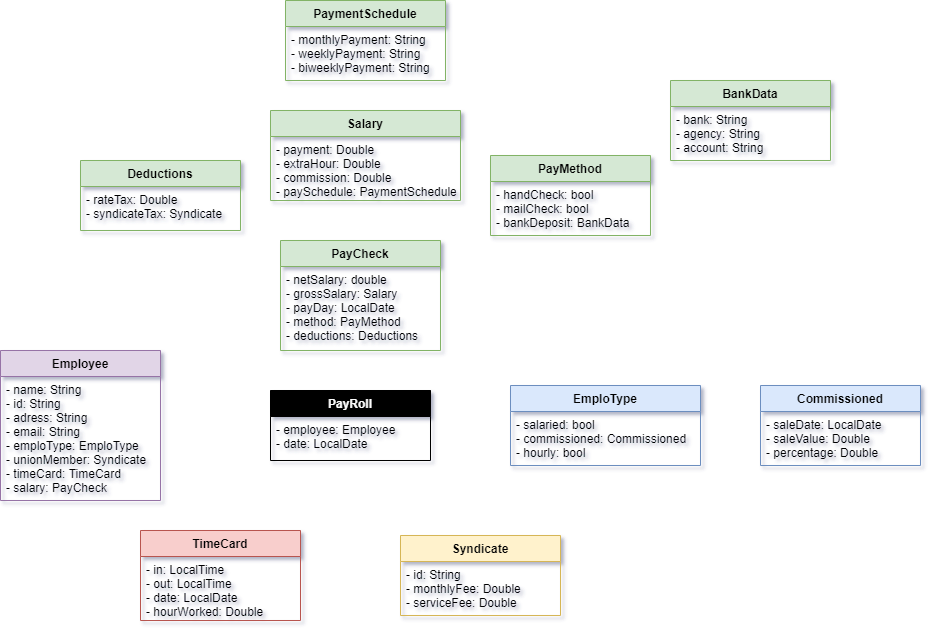
karlasophiacruz/exercisep3 keeps this draw.io diagram as Files/PayRollDiagram.png. Above is the earlier version. Source tidied: cells renumbered, new cells last; positions are measured from the earlier drawing's top-left corner, leaving out a move shared by most shapes.
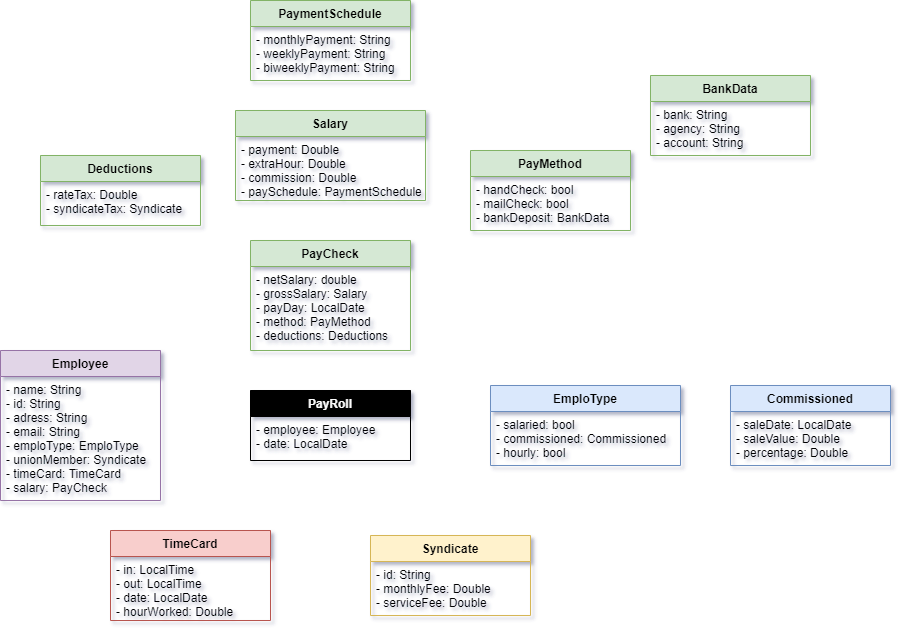
Later version of the same file.

Change to the diagram source:
```diff
@@ -3,25 +3,25 @@
     <mxCell id="0" />
     <mxCell id="1" parent="0" />
     <mxCell id="2" value="Employee" style="swimlane;fontStyle=1;align=center;verticalAlign=top;horizontal=1;startSize=26;fillColor=#e1d5e7;strokeColor=#9673a6;" parent="1" vertex="1">
-      <mxGeometry y="350" width="160" height="150" as="geometry" />
+      <mxGeometry x="30" y="350" width="160" height="150" as="geometry" />
     </mxCell>
-    <mxCell id="3" value="- name: String&#10;- id: String&#10;- adress: String&#10;- email: String&#10;- emploType: EmploType&#10;- unionMember: Syndicate&#10;- timeCard: TimeCard&#10;- salary: PayCheck" style="text;strokeColor=none;fillColor=none;align=left;verticalAlign=top;spacingLeft=4;spacingRight=4;overflow=hidden;" parent="2" vertex="1">
+    <mxCell id="3" value="- name: String&#10;- id: String&#10;- adress: String&#10;- email: String&#10;- emploType: EmploType&#10;- unionMember: Syndicate&#10;- timeCard: TimeCard&#10;- salary: PayCheck" style="text;strokeColor=none;fillColor=none;align=left;verticalAlign=top;spacingLeft=4;spacingRight=4;overflow=hidden;spacing=2;spacingTop=0;spacingBottom=0;labelBorderColor=none;labelBackgroundColor=none;horizontal=1;" parent="2" vertex="1">
       <mxGeometry y="26" width="160" height="124" as="geometry" />
     </mxCell>
     <mxCell id="4" value="EmploType" style="swimlane;fontStyle=1;align=center;verticalAlign=top;horizontal=1;startSize=26;fillColor=#dae8fc;strokeColor=#6c8ebf;" parent="1" vertex="1">
-      <mxGeometry x="510" y="385" width="190" height="80" as="geometry" />
+      <mxGeometry x="520" y="385" width="190" height="80" as="geometry" />
     </mxCell>
     <mxCell id="5" value="- salaried: bool&#10;- commissioned: Commissioned&#10;- hourly: bool" style="text;strokeColor=none;fillColor=none;align=left;verticalAlign=top;spacingLeft=4;spacingRight=4;overflow=hidden;" parent="4" vertex="1">
       <mxGeometry y="26" width="190" height="54" as="geometry" />
     </mxCell>
-    <mxCell id="6" value="PayCheck" style="swimlane;fontStyle=1;align=center;verticalAlign=top;horizontal=1;startSize=26;fillColor=#d5e8d4;strokeColor=#82b366;" parent="1" vertex="1">
+    <mxCell id="6" value="PayCheck" style="swimlane;fontStyle=1;align=center;verticalAlign=top;horizontal=1;startSize=26;fillColor=#d5e8d4;strokeColor=#82b366;glass=0;rounded=0;" parent="1" vertex="1">
       <mxGeometry x="280" y="240" width="160" height="110" as="geometry" />
     </mxCell>
     <mxCell id="7" value="- netSalary: double&#10;- grossSalary: Salary&#10;- payDay: LocalDate&#10;- method: PayMethod&#10;- deductions: Deductions" style="text;strokeColor=none;fillColor=none;align=left;verticalAlign=top;spacingLeft=4;spacingRight=4;overflow=hidden;" parent="6" vertex="1">
       <mxGeometry y="26" width="160" height="84" as="geometry" />
     </mxCell>
     <mxCell id="8" value="PayMethod" style="swimlane;fontStyle=1;align=center;verticalAlign=top;horizontal=1;startSize=26;fillColor=#d5e8d4;strokeColor=#82b366;" parent="1" vertex="1">
-      <mxGeometry x="490" y="155" width="160" height="80" as="geometry" />
+      <mxGeometry x="500" y="150" width="160" height="80" as="geometry" />
     </mxCell>
     <mxCell id="9" value="- handCheck: bool&#10;- mailCheck: bool&#10;- bankDeposit: BankData" style="text;strokeColor=none;fillColor=none;align=left;verticalAlign=top;spacingLeft=4;spacingRight=4;overflow=hidden;" parent="8" vertex="1">
       <mxGeometry y="26" width="160" height="54" as="geometry" />
@@ -45,31 +45,31 @@
       <mxGeometry y="26" width="160" height="64" as="geometry" />
     </mxCell>
     <mxCell id="16" value="Deductions" style="swimlane;fontStyle=1;align=center;verticalAlign=top;horizontal=1;startSize=26;fillColor=#d5e8d4;strokeColor=#82b366;" parent="1" vertex="1">
-      <mxGeometry x="80" y="160" width="160" height="70" as="geometry" />
+      <mxGeometry x="70" y="155" width="160" height="70" as="geometry" />
     </mxCell>
     <mxCell id="17" value="- rateTax: Double&#10;- syndicateTax: Syndicate" style="text;strokeColor=none;fillColor=none;align=left;verticalAlign=top;spacingLeft=4;spacingRight=4;overflow=hidden;" parent="16" vertex="1">
       <mxGeometry y="26" width="160" height="44" as="geometry" />
     </mxCell>
     <mxCell id="18" value="BankData" style="swimlane;fontStyle=1;align=center;verticalAlign=top;horizontal=1;startSize=26;fillColor=#d5e8d4;strokeColor=#82b366;" parent="1" vertex="1">
-      <mxGeometry x="670" y="80" width="160" height="80" as="geometry" />
+      <mxGeometry x="680" y="75" width="160" height="80" as="geometry" />
     </mxCell>
     <mxCell id="19" value="- bank: String&#10;- agency: String&#10;- account: String&#10;" style="text;strokeColor=none;fillColor=none;align=left;verticalAlign=top;spacingLeft=4;spacingRight=4;overflow=hidden;" parent="18" vertex="1">
       <mxGeometry y="26" width="160" height="54" as="geometry" />
     </mxCell>
     <mxCell id="20" value="Salary" style="swimlane;fontStyle=1;align=center;verticalAlign=top;horizontal=1;startSize=26;fillColor=#d5e8d4;strokeColor=#82b366;" parent="1" vertex="1">
-      <mxGeometry x="270" y="110" width="190" height="90" as="geometry" />
+      <mxGeometry x="265" y="110" width="190" height="90" as="geometry" />
     </mxCell>
     <mxCell id="21" value="- payment: Double&#10;- extraHour: Double&#10;- commission: Double&#10;- paySchedule: PaymentSchedule" style="text;strokeColor=none;fillColor=none;align=left;verticalAlign=top;spacingLeft=4;spacingRight=4;overflow=hidden;" parent="20" vertex="1">
       <mxGeometry y="26" width="190" height="64" as="geometry" />
     </mxCell>
     <mxCell id="22" value="PaymentSchedule" style="swimlane;fontStyle=1;align=center;verticalAlign=top;horizontal=1;startSize=26;fillColor=#d5e8d4;strokeColor=#82b366;" parent="1" vertex="1">
-      <mxGeometry x="285" width="160" height="80" as="geometry" />
+      <mxGeometry x="280" width="160" height="80" as="geometry" />
     </mxCell>
     <mxCell id="23" value="- monthlyPayment: String&#10;- weeklyPayment: String&#10;- biweeklyPayment: String" style="text;align=left;verticalAlign=top;spacingLeft=4;spacingRight=4;overflow=hidden;" parent="22" vertex="1">
       <mxGeometry y="26" width="160" height="54" as="geometry" />
     </mxCell>
     <mxCell id="24" value="PayRoll" style="swimlane;fontStyle=1;align=center;verticalAlign=top;horizontal=1;startSize=26;fillColor=#000000;fontColor=#FCFCFC;" parent="1" vertex="1">
-      <mxGeometry x="270" y="390" width="160" height="70" as="geometry" />
+      <mxGeometry x="280" y="390" width="160" height="70" as="geometry" />
     </mxCell>
     <mxCell id="25" value="- employee: Employee&#10;- date: LocalDate&#10;" style="text;strokeColor=none;fillColor=none;align=left;verticalAlign=top;spacingLeft=4;spacingRight=4;overflow=hidden;" parent="24" vertex="1">
       <mxGeometry y="26" width="160" height="44" as="geometry" />
```
